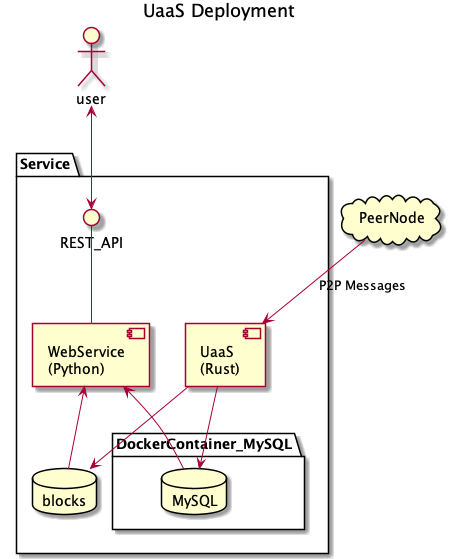
Before: docs/diagrams/deployment.png, a diagram exported from PlantUML (nchain-innovation/utxo-as-a-service).
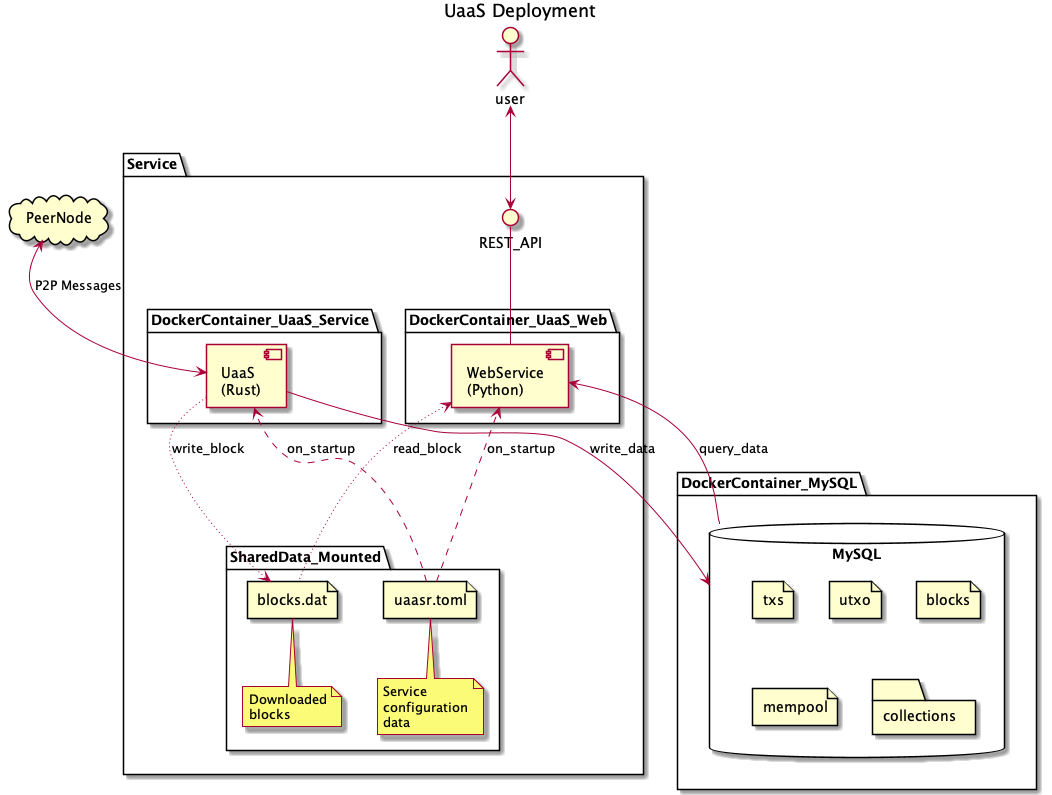
After the commit.

What changed in the source:
```diff
@@ -1,32 +1,60 @@
 @startuml
 Title UaaS Deployment
-
 
 actor user
 cloud PeerNode
 
 package Service {
     () "REST_API"
-    component "WebService\n(Python)" as WebService
+
+    package DockerContainer_UaaS_Web {
+        component "WebService\n(Python)" as WebService
+    }
 
     user <--> REST_API
     REST_API -- WebService
 
-    component "UaaS\n(Rust)" as UaaS
 
-    database blocks
+    package DockerContainer_UaaS_Service {
+        component "UaaS\n(Rust)" as UaaS
+    }
 
-    package DockerContainer_MySQL {
-        database MySQL
+    package SharedData_Mounted {
+        file blocks.dat
+        note bottom
+        Downloaded
+        blocks
+        end note
+
+        file uaasr.toml
+        note bottom
+        Service
+        configuration
+        data
+        end note
     }
-    UaaS --> MySQL
-    WebService <-- MySQL
 
-    UaaS --> blocks
-    WebService <-- blocks
+    uaasr.toml ..> UaaS :on_startup
+    uaasr.toml ..> WebService :on_startup
+
+    UaaS --> MySQL : write_data
+    WebService <-- MySQL : query_data
+
+    UaaS ~~> blocks.dat :write_block
+    WebService <~~ blocks.dat: read_block
+
+    UaaS <-up-> PeerNode: P2P Messages
+}
+
+package DockerContainer_MySQL {
+    database MySQL  {
+        file txs
+        file utxo
+        file blocks
+        file mempool
+        folder collections
+    }
+}
 
 
-    PeerNode --> UaaS: P2P Messages
-}
-
 @enduml
```
